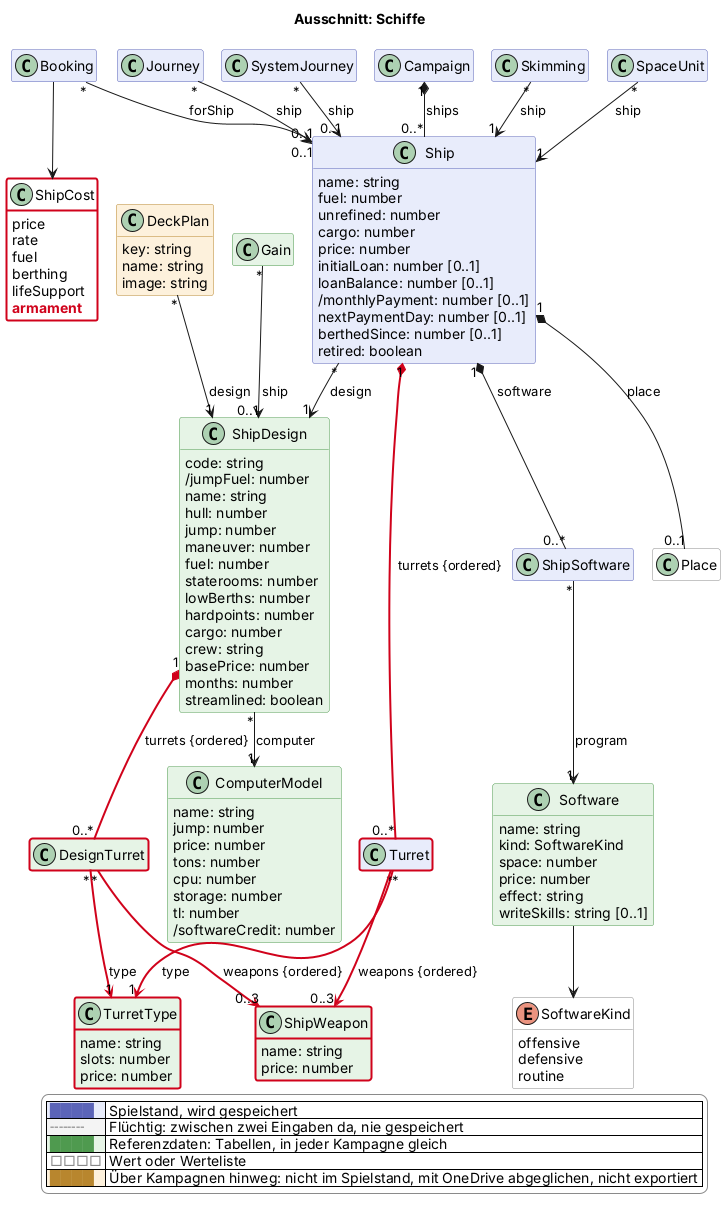
Earlier version of the PlantUML export docs/views/schiffe.png (scuzzar/SRE).
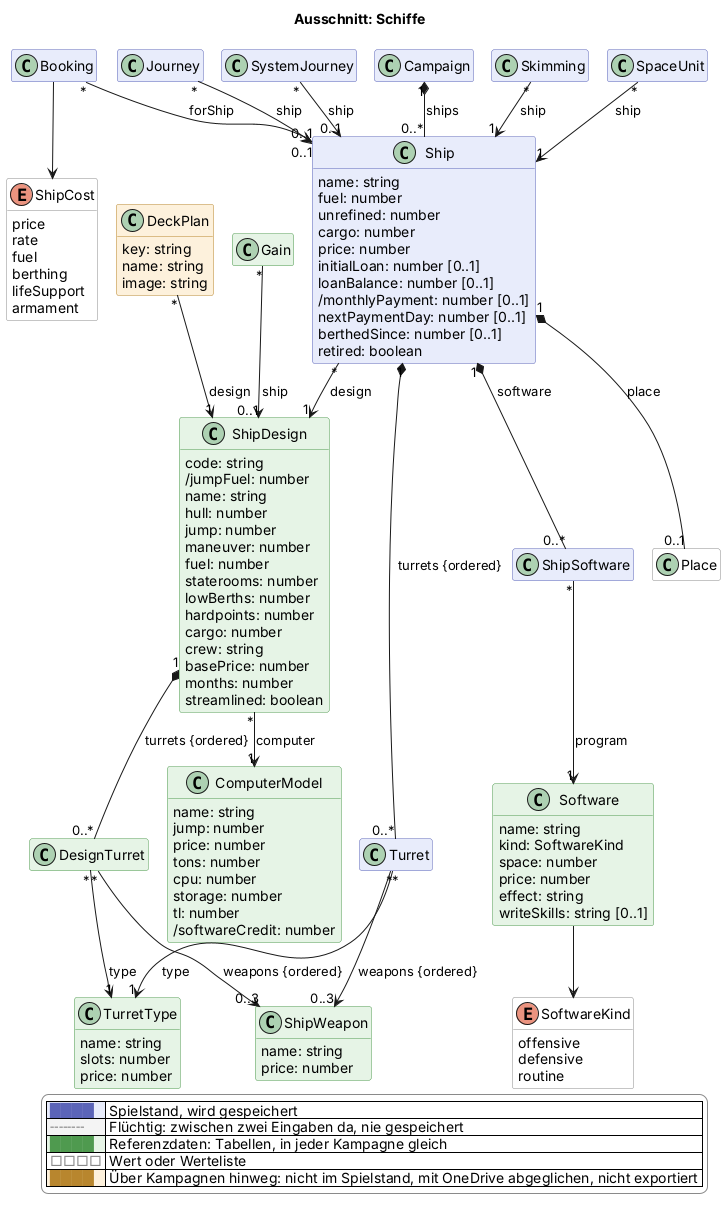
The same diagram one commit later.

The edit, as a diff of the source:
```diff
@@ -91,20 +91,20 @@
     fuel
     berthing
     lifeSupport
-    $new("2026-11-21c", "armament")
+    armament
   }
   class ShipSoftware $schiffe {
   }
-  class Turret $schiffe $newClass("2026-11-21c") {
+  class Turret $schiffe {
   }
-  class DesignTurret <<reference>> $schiffe $newClass("2026-11-21c") {
+  class DesignTurret <<reference>> $schiffe {
   }
-  class TurretType <<reference>> $schiffe $newClass("2026-11-21c") {
+  class TurretType <<reference>> $schiffe {
     name: string
     slots: number
     price: number
   }
-  class ShipWeapon <<reference>> $schiffe $newClass("2026-11-21c") {
+  class ShipWeapon <<reference>> $schiffe {
     name: string
     price: number
   }
@@ -174,12 +174,12 @@
 Ship "1" *-- "0..*" ShipSoftware : software
 Ship "1" *-- "0..1" Place : place
 ShipSoftware "*" --> "1" Software : program
-Ship "1" *-$newArrow("2026-11-21c")- "0..*" Turret : turrets {ordered}
-Turret "*" -$newArrow("2026-11-21c")-> "1" TurretType : type
-Turret "*" -$newArrow("2026-11-21c")-> "0..3" ShipWeapon : weapons {ordered}
-ShipDesign "1" *-$newArrow("2026-11-21c")- "0..*" DesignTurret : turrets {ordered}
-DesignTurret "*" -$newArrow("2026-11-21c")-> "1" TurretType : type
-DesignTurret "*" -$newArrow("2026-11-21c")-> "0..3" ShipWeapon : weapons {ordered}
+Ship "1" *-- "0..*" Turret : turrets {ordered}
+Turret "*" --> "1" TurretType : type
+Turret "*" --> "0..3" ShipWeapon : weapons {ordered}
+ShipDesign "1" *-- "0..*" DesignTurret : turrets {ordered}
+DesignTurret "*" --> "1" TurretType : type
+DesignTurret "*" --> "0..3" ShipWeapon : weapons {ordered}
 Software --> SoftwareKind
 ShipDesign "*" --> "1" ComputerModel : computer
 Booking "*" --> "0..1" Ship : forShip
@@ -211,5 +211,4 @@
   |<#ffffff> <color:#8a8a8a>□□□□</color> | Wert oder Werteliste |
   |<#fdf1dc> <color:#b8862e>████</color> | Über Kampagnen hinweg: nicht im Spielstand, mit OneDrive abgeglichen, nicht exportiert |
 endlegend
-class ShipCost #line:d0021b;line.bold
 @enduml
```
